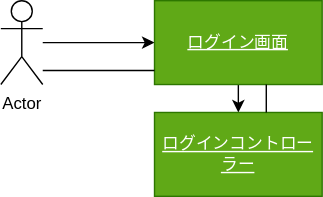
The draw.io diagram 演習５-1_CD_Web画像検索.drawio.svg in miyanokengo/uml-introduction, before a commit. Source tidied: cells renumbered, new cells last; positions are measured from the earlier drawing's top-left corner, leaving out a move shared by most shapes. Source of this version:
```xml
<mxGraphModel>
  <root>
    <mxCell id="0" />
    <mxCell id="1" parent="0" />
    <mxCell id="2" style="edgeStyle=none;html=1;" parent="1" edge="1" source="3" target="5">
      <mxGeometry relative="1" as="geometry" />
    </mxCell>
    <mxCell id="3" value="Actor" style="shape=umlActor;verticalLabelPosition=bottom;verticalAlign=top;html=1;outlineConnect=0;" parent="1" vertex="1">
      <mxGeometry width="30" height="60" as="geometry" />
    </mxCell>
    <mxCell id="4" style="edgeStyle=none;html=1;exitX=0.5;exitY=1;exitDx=0;exitDy=0;entryX=0.5;entryY=0;entryDx=0;entryDy=0;fontColor=#6425F7;" parent="1" edge="1" source="5" target="7">
      <mxGeometry relative="1" as="geometry" />
    </mxCell>
    <mxCell id="5" value="&lt;div style=&quot;&quot;&gt;&lt;span style=&quot;background-color: initial;&quot;&gt;ログイン画面&lt;/span&gt;&lt;/div&gt;" style="rounded=0;whiteSpace=wrap;html=1;align=center;fontStyle=4;fontColor=#ffffff;fillColor=#60a917;strokeColor=#2D7600;" parent="1" vertex="1">
      <mxGeometry x="110" width="120" height="60" as="geometry" />
    </mxCell>
    <mxCell id="6" style="endArrow=none;html=1;" parent="1" edge="1">
      <mxGeometry relative="1" as="geometry">
        <mxPoint x="30" y="50" as="sourcePoint" />
        <mxPoint x="110" y="50" as="targetPoint" />
      </mxGeometry>
    </mxCell>
    <mxCell id="7" value="&lt;div style=&quot;&quot;&gt;ログインコントローラー&lt;/div&gt;" style="rounded=0;whiteSpace=wrap;html=1;align=center;fontStyle=4;fontColor=#ffffff;fillColor=#60a917;strokeColor=#2D7600;" parent="1" vertex="1">
      <mxGeometry x="110" y="80" width="120" height="60" as="geometry" />
    </mxCell>
    <mxCell id="8" style="endArrow=none;html=1;fontColor=#6425F7;" parent="1" edge="1">
      <mxGeometry relative="1" as="geometry">
        <mxPoint x="190" y="80" as="sourcePoint" />
        <mxPoint x="190" y="60" as="targetPoint" />
      </mxGeometry>
    </mxCell>
  </root>
</mxGraphModel>
```
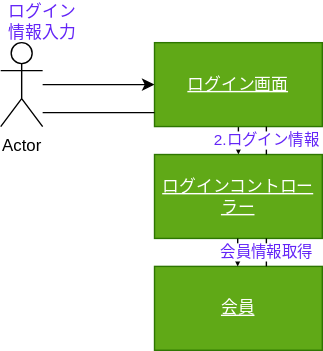
The same file after the commit.

Commit message:
ログインコントローラーまで作った

Change to the diagram source:
```diff
@@ -23,11 +23,29 @@
     <mxCell id="7" value="&lt;div style=&quot;&quot;&gt;ログインコントローラー&lt;/div&gt;" style="rounded=0;whiteSpace=wrap;html=1;align=center;fontStyle=4;fontColor=#ffffff;fillColor=#60a917;strokeColor=#2D7600;" parent="1" vertex="1">
       <mxGeometry x="110" y="80" width="120" height="60" as="geometry" />
     </mxCell>
-    <mxCell id="8" style="endArrow=none;html=1;fontColor=#6425F7;" parent="1" edge="1">
+    <mxCell id="8" value="2.ログイン情報" style="endArrow=none;html=1;fontColor=#6425F7;" parent="1" edge="1">
       <mxGeometry relative="1" as="geometry">
         <mxPoint x="190" y="80" as="sourcePoint" />
         <mxPoint x="190" y="60" as="targetPoint" />
       </mxGeometry>
     </mxCell>
+    <mxCell id="9" value="&lt;div style=&quot;&quot;&gt;会員&lt;/div&gt;" style="rounded=0;whiteSpace=wrap;html=1;align=center;fontStyle=4;fontColor=#ffffff;fillColor=#60a917;strokeColor=#2D7600;" parent="1" vertex="1">
+      <mxGeometry x="110" y="160" width="120" height="60" as="geometry" />
+    </mxCell>
+    <mxCell id="10" style="edgeStyle=none;html=1;exitX=0.5;exitY=1;exitDx=0;exitDy=0;entryX=0.5;entryY=0;entryDx=0;entryDy=0;fontColor=#6425F7;" parent="1" edge="1">
+      <mxGeometry relative="1" as="geometry">
+        <mxPoint x="169.5" y="140" as="sourcePoint" />
+        <mxPoint x="169.5" y="160" as="targetPoint" />
+      </mxGeometry>
+    </mxCell>
+    <mxCell id="11" value="会員情報取得" style="endArrow=none;html=1;fontColor=#6425F7;" parent="1" edge="1">
+      <mxGeometry relative="1" as="geometry">
+        <mxPoint x="190" y="160" as="sourcePoint" />
+        <mxPoint x="190" y="140" as="targetPoint" />
+      </mxGeometry>
+    </mxCell>
+    <mxCell id="12" value="ログイン情報入力&lt;br&gt;" style="text;html=1;strokeColor=none;fillColor=none;align=center;verticalAlign=middle;whiteSpace=wrap;rounded=0;fontColor=#6425F7;" parent="1" vertex="1">
+      <mxGeometry y="-30" width="60" height="30" as="geometry" />
+    </mxCell>
   </root>
 </mxGraphModel>
```
